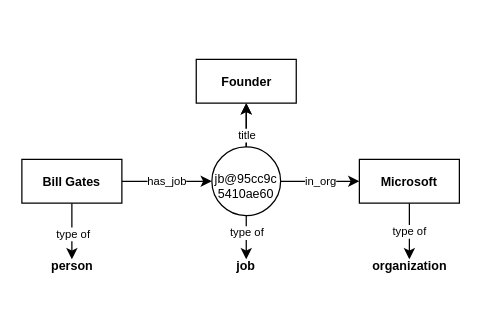
The draw.io diagram copy_reification.drawio in SilvesterYu/FinQA_Vis, before the edit. Source tidied: cells renumbered, new cells numbered last; positions are measured from the earlier drawing's top-left corner, leaving out a move shared by most shapes. Both pictures are drawn from the tidied source at 125%, with x=0, y=0 at pixel (21, 59).
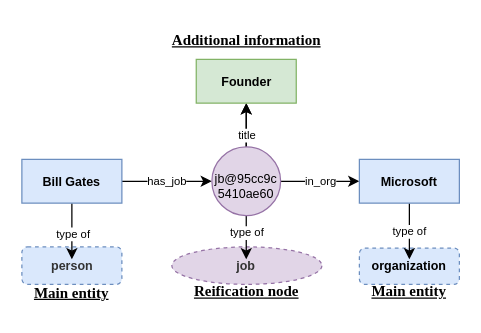
The same diagram, later.

Diff of the diagram source:
```diff
@@
+    <mxCell id="18" style="rounded=1;whiteSpace=wrap;html=1;dashed=1;fillColor=#dae8fc;strokeColor=#6c8ebf;" parent="1" vertex="1">
+      <mxGeometry x="270" y="151" width="80" height="29" as="geometry" />
+    </mxCell>
+    <mxCell id="19" style="ellipse;whiteSpace=wrap;html=1;dashed=1;fontFamily=Times New Roman;fillColor=#e1d5e7;strokeColor=#9673a6;" parent="1" vertex="1">
+      <mxGeometry x="120" y="150" width="120" height="30" as="geometry" />
+    </mxCell>
+    <mxCell id="20" style="rounded=1;whiteSpace=wrap;html=1;dashed=1;fillColor=#dae8fc;strokeColor=#6c8ebf;" parent="1" vertex="1">
+      <mxGeometry y="150" width="80" height="30" as="geometry" />
+    </mxCell>
@@
-    <mxCell id="5" value="&lt;font style=&quot;font-size: 10px;&quot;&gt;&lt;b style=&quot;&quot;&gt;Bill Gates&lt;/b&gt;&lt;/font&gt;" style="rounded=0;whiteSpace=wrap;html=1;" parent="1" vertex="1">
+    <mxCell id="5" value="&lt;font style=&quot;font-size: 10px;&quot;&gt;&lt;b style=&quot;&quot;&gt;Bill Gates&lt;/b&gt;&lt;/font&gt;" style="rounded=0;whiteSpace=wrap;html=1;fillColor=#dae8fc;strokeColor=#6c8ebf;" parent="1" vertex="1">
       <mxGeometry y="80" width="80" height="35" as="geometry" />
     </mxCell>
@@
-    <mxCell id="11" value="&lt;br&gt;&lt;table width=&quot;69&quot; cellspacing=&quot;0&quot; cellpadding=&quot;0&quot; border=&quot;0&quot;&gt;&lt;tbody&gt;&lt;tr style=&quot;height: 14pt;&quot; height=&quot;19&quot;&gt;&lt;td style=&quot;height: 14pt; width: 52pt;&quot; width=&quot;69&quot; height=&quot;19&quot;&gt;&lt;div style=&quot;&quot;&gt;&lt;span style=&quot;font-size: 10px; background-color: initial;&quot;&gt;jb@95cc&lt;/span&gt;&lt;span style=&quot;background-color: initial; font-size: 10px;&quot;&gt;9c&lt;/span&gt;&lt;/div&gt;&lt;div style=&quot;&quot;&gt;&lt;span style=&quot;background-color: initial; font-size: 10px;&quot;&gt;5410&lt;/span&gt;&lt;span style=&quot;background-color: initial; font-size: 10px;&quot;&gt;ae60&lt;/span&gt;&lt;/div&gt;&lt;/td&gt;&lt;/tr&gt;&lt;/tbody&gt;&lt;/table&gt;" style="ellipse;whiteSpace=wrap;html=1;fontSize=6;strokeColor=#000000;" parent="1" vertex="1">
+    <mxCell id="11" value="&lt;br&gt;&lt;table width=&quot;69&quot; cellspacing=&quot;0&quot; cellpadding=&quot;0&quot; border=&quot;0&quot;&gt;&lt;tbody&gt;&lt;tr style=&quot;height: 14pt;&quot; height=&quot;19&quot;&gt;&lt;td style=&quot;height: 14pt; width: 52pt;&quot; width=&quot;69&quot; height=&quot;19&quot;&gt;&lt;div style=&quot;&quot;&gt;&lt;span style=&quot;font-size: 10px; background-color: initial;&quot;&gt;jb@95cc&lt;/span&gt;&lt;span style=&quot;background-color: initial; font-size: 10px;&quot;&gt;9c&lt;/span&gt;&lt;/div&gt;&lt;div style=&quot;&quot;&gt;&lt;span style=&quot;background-color: initial; font-size: 10px;&quot;&gt;5410&lt;/span&gt;&lt;span style=&quot;background-color: initial; font-size: 10px;&quot;&gt;ae60&lt;/span&gt;&lt;/div&gt;&lt;/td&gt;&lt;/tr&gt;&lt;/tbody&gt;&lt;/table&gt;" style="ellipse;whiteSpace=wrap;html=1;fontSize=6;strokeColor=#9673a6;fillColor=#e1d5e7;" parent="1" vertex="1">
       <mxGeometry x="152" y="70" width="55" height="55" as="geometry" />
     </mxCell>
@@
-    <mxCell id="13" value="&lt;font style=&quot;font-size: 10px;&quot;&gt;&lt;b&gt;Microsoft&lt;/b&gt;&lt;/font&gt;" style="rounded=0;whiteSpace=wrap;html=1;" parent="1" vertex="1">
+    <mxCell id="13" value="&lt;font style=&quot;font-size: 10px;&quot;&gt;&lt;b&gt;Microsoft&lt;/b&gt;&lt;/font&gt;" style="rounded=0;whiteSpace=wrap;html=1;fillColor=#dae8fc;strokeColor=#6c8ebf;" parent="1" vertex="1">
       <mxGeometry x="270" y="80" width="80" height="35" as="geometry" />
     </mxCell>
-    <mxCell id="14" value="&lt;font style=&quot;font-size: 10px;&quot;&gt;&lt;b&gt;Founder&lt;/b&gt;&lt;/font&gt;" style="rounded=0;whiteSpace=wrap;html=1;" parent="1" vertex="1">
+    <mxCell id="14" value="&lt;font style=&quot;font-size: 10px;&quot;&gt;&lt;b&gt;Founder&lt;/b&gt;&lt;/font&gt;" style="rounded=0;whiteSpace=wrap;html=1;fillColor=#d5e8d4;strokeColor=#82b366;" parent="1" vertex="1">
       <mxGeometry x="139.5" width="80" height="35" as="geometry" />
     </mxCell>
-    <mxCell id="15" value="&lt;font style=&quot;font-size: 10px;&quot;&gt;&lt;b&gt;person&lt;/b&gt;&lt;/font&gt;" style="text;html=1;strokeColor=none;fillColor=none;align=center;verticalAlign=middle;whiteSpace=wrap;rounded=0;fontSize=9;" parent="1" vertex="1">
+    <mxCell id="15" value="&lt;font style=&quot;font-size: 10px;&quot;&gt;&lt;b&gt;person&lt;/b&gt;&lt;/font&gt;" style="text;html=1;strokeColor=none;fillColor=none;align=center;verticalAlign=middle;whiteSpace=wrap;rounded=0;fontSize=9;fontColor=#333333;" parent="1" vertex="1">
       <mxGeometry x="23.5" y="160" width="33" height="10" as="geometry" />
     </mxCell>
-    <mxCell id="16" value="&lt;font style=&quot;font-size: 10px;&quot;&gt;&lt;b&gt;job&lt;/b&gt;&lt;/font&gt;" style="text;html=1;strokeColor=none;fillColor=none;align=center;verticalAlign=middle;whiteSpace=wrap;rounded=0;fontSize=9;" parent="1" vertex="1">
+    <mxCell id="16" value="&lt;font style=&quot;font-size: 10px;&quot;&gt;&lt;b&gt;job&lt;/b&gt;&lt;/font&gt;" style="text;html=1;strokeColor=none;fillColor=none;align=center;verticalAlign=middle;whiteSpace=wrap;rounded=0;fontSize=9;fontColor=#333333;" parent="1" vertex="1">
       <mxGeometry x="163" y="160" width="33" height="10" as="geometry" />
     </mxCell>
     <mxCell id="17" value="&lt;font style=&quot;font-size: 10px;&quot;&gt;&lt;b&gt;organization&lt;/b&gt;&lt;/font&gt;" style="text;html=1;strokeColor=none;fillColor=none;align=center;verticalAlign=middle;whiteSpace=wrap;rounded=0;fontSize=9;" parent="1" vertex="1">
-      <mxGeometry x="293.5" y="160" width="33" height="10" as="geometry" />
+      <mxGeometry x="280" y="160" width="60" height="10" as="geometry" />
     </mxCell>
+    <mxCell id="21" value="&lt;font face=&quot;Times New Roman&quot;&gt;&lt;b&gt;&lt;u&gt;Main entity&lt;/u&gt;&lt;/b&gt;&lt;/font&gt;" style="text;html=1;strokeColor=none;fillColor=none;align=center;verticalAlign=middle;whiteSpace=wrap;rounded=0;dashed=1;" parent="1" vertex="1">
+      <mxGeometry y="172" width="80" height="30" as="geometry" />
+    </mxCell>
+    <mxCell id="22" value="&lt;b&gt;&lt;u&gt;Reification node&lt;/u&gt;&lt;/b&gt;" style="text;html=1;strokeColor=none;fillColor=none;align=center;verticalAlign=middle;whiteSpace=wrap;rounded=0;dashed=1;fontFamily=Times New Roman;" parent="1" vertex="1">
+      <mxGeometry x="130" y="171" width="100" height="30" as="geometry" />
+    </mxCell>
+    <mxCell id="23" value="&lt;font face=&quot;Times New Roman&quot;&gt;&lt;b&gt;&lt;u&gt;Main entity&lt;/u&gt;&lt;/b&gt;&lt;/font&gt;" style="text;html=1;strokeColor=none;fillColor=none;align=center;verticalAlign=middle;whiteSpace=wrap;rounded=0;dashed=1;" parent="1" vertex="1">
+      <mxGeometry x="270" y="171" width="80" height="30" as="geometry" />
+    </mxCell>
+    <mxCell id="24" value="&lt;b&gt;&lt;u&gt;Additional information&lt;/u&gt;&lt;/b&gt;" style="text;html=1;strokeColor=none;fillColor=none;align=center;verticalAlign=middle;whiteSpace=wrap;rounded=0;dashed=1;fontFamily=Times New Roman;" parent="1" vertex="1">
+      <mxGeometry x="110" y="-30" width="140" height="30" as="geometry" />
+    </mxCell>
```
